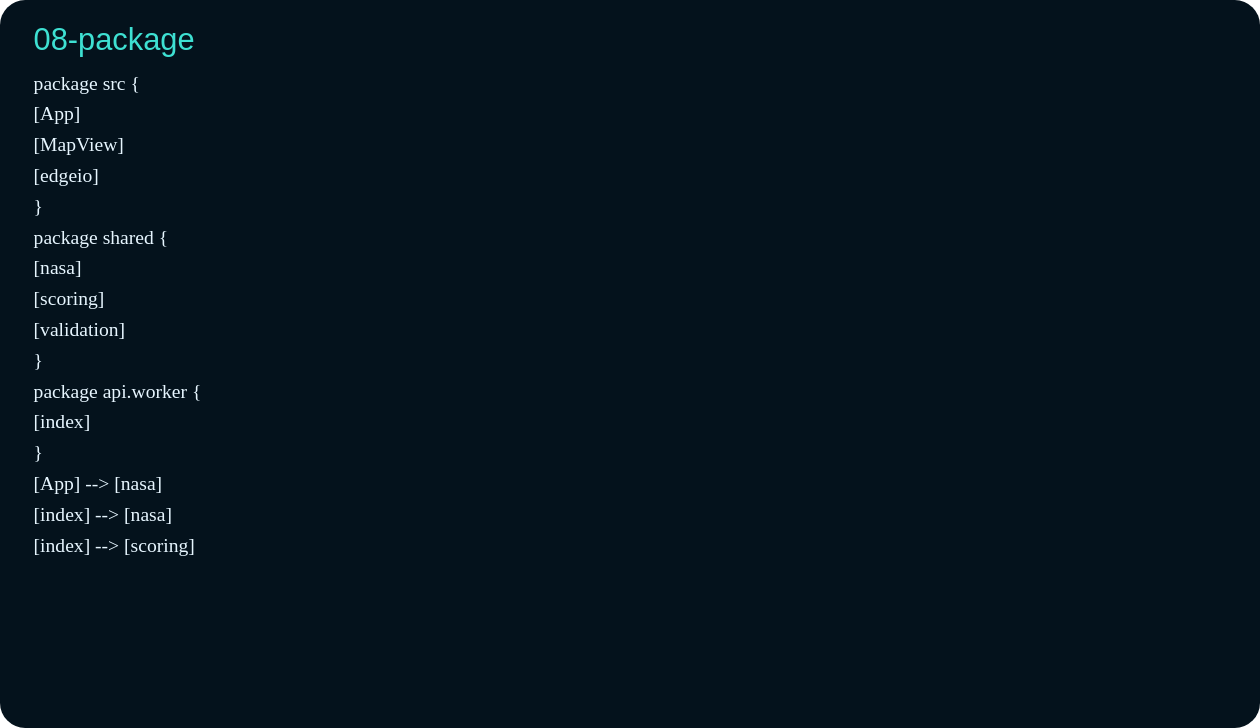
Earlier version of the PlantUML export docs/architecture/uml/08-package.svg (gunnchOS3k/FINDS-Sharks-From-Space). Its source is kept beside it as docs/architecture/uml/08-package.puml.
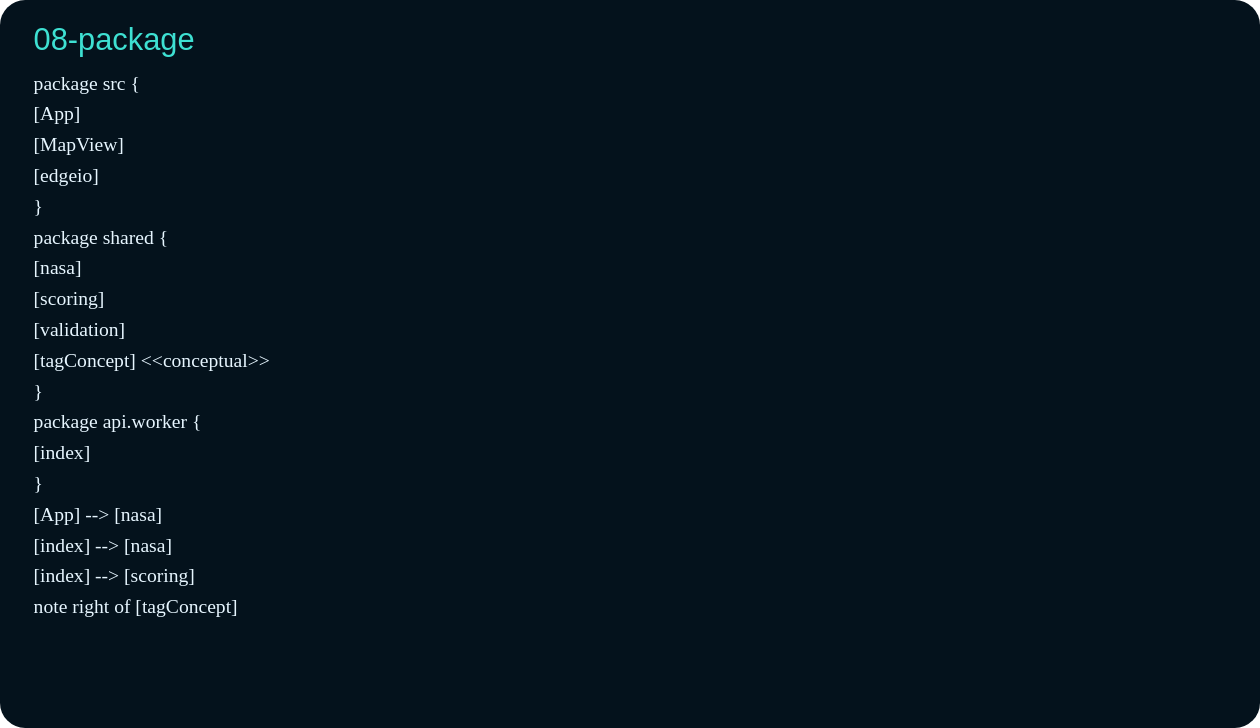
The same diagram one commit later.

Diff of the diagram source:
```diff
@@ -8,6 +8,7 @@
   [nasa]
   [scoring]
   [validation]
+  [tagConcept] <<conceptual>>
 }
 package api.worker {
   [index]
@@ -15,4 +16,8 @@
 [App] --> [nasa]
 [index] --> [nasa]
 [index] --> [scoring]
+note right of [tagConcept]
+  Conceptual types only;
+  not imported by Worker pipeline
+end note
 @enduml
```
